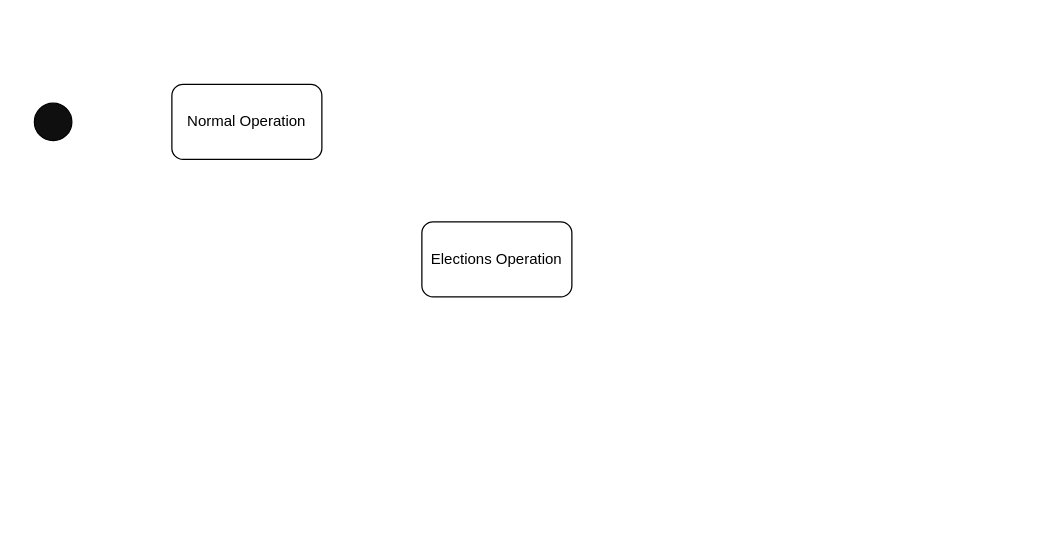
The draw.io diagram page "state_machine_diagram" (2 of 2) of docs/bully_election_diagrams.drawio in mathiesschou/distributed-systems_project_1, before the edit. Source tidied: cells renumbered, new cells numbered last; positions are measured from the earlier drawing's top-left corner, leaving out a move shared by most shapes. Both pictures are drawn from the tidied source at 125%, with x=0, y=0 at pixel (34, 84).
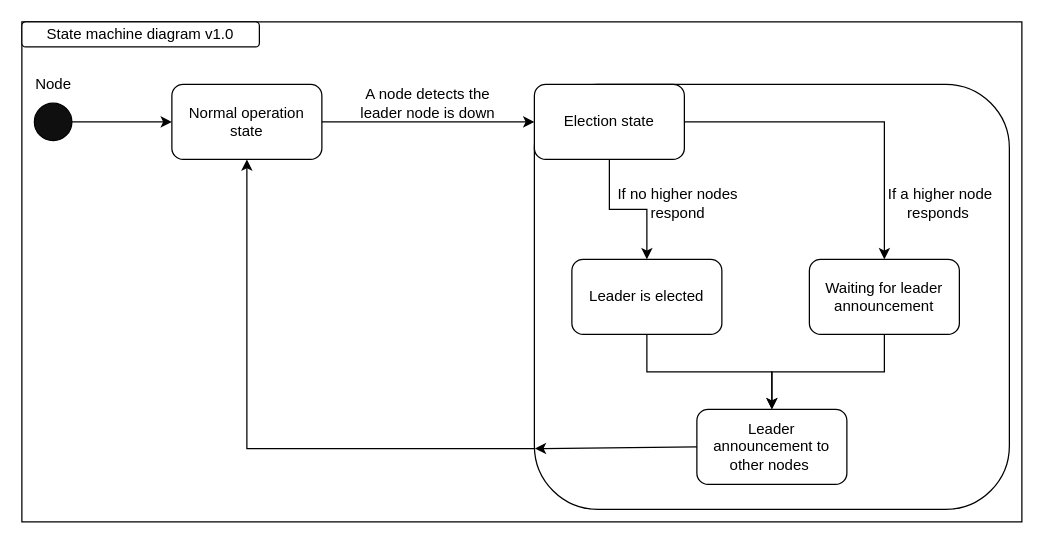
The same page after the edit.

Commit message:
Update bully_election_diagrams.drawio: State machine v1.0

Unchanged cells that the change refers to:
```xml
<mxCell id="2" style="ellipse;whiteSpace=wrap;html=1;fillColor=#0F0F0F;" parent="1" vertex="1">
  <mxGeometry y="15" width="30" height="30" as="geometry" />
</mxCell>
```

Diff of the diagram source:
```diff
@@
+    <mxCell id="5" style="rounded=0;whiteSpace=wrap;html=1;" parent="1" vertex="1">
+      <mxGeometry x="-10" y="-50" width="800" height="400" as="geometry" />
+    </mxCell>
+    <mxCell id="6" style="rounded=1;whiteSpace=wrap;html=1;" parent="1" vertex="1">
+      <mxGeometry x="400" width="380" height="340" as="geometry" />
+    </mxCell>
@@
-    <mxCell id="3" value="Normal Operation" style="rounded=1;whiteSpace=wrap;html=1;" parent="1" vertex="1">
+    <mxCell id="3" value="Normal operation state" style="rounded=1;whiteSpace=wrap;html=1;" parent="1" vertex="1">
       <mxGeometry x="110" width="120" height="60" as="geometry" />
     </mxCell>
-    <mxCell id="4" value="Elections Operation" style="rounded=1;whiteSpace=wrap;html=1;" parent="1" vertex="1">
-      <mxGeometry x="310" y="110" width="120" height="60" as="geometry" />
+    <mxCell id="4" value="Election state" style="rounded=1;whiteSpace=wrap;html=1;" parent="1" vertex="1">
+      <mxGeometry x="400" width="120" height="60" as="geometry" />
     </mxCell>
+    <mxCell id="7" style="endArrow=classic;html=1;rounded=0;exitX=1;exitY=0.5;exitDx=0;exitDy=0;entryX=0;entryY=0.5;entryDx=0;entryDy=0;edgeStyle=orthogonalEdgeStyle;" parent="1" edge="1" source="3" target="4">
+      <mxGeometry relative="1" as="geometry" />
+    </mxCell>
+    <mxCell id="8" value="A node detects the leader node is down" style="text;html=1;align=center;verticalAlign=middle;whiteSpace=wrap;rounded=0;" parent="1" vertex="1">
+      <mxGeometry x="260" width="110" height="30" as="geometry" />
+    </mxCell>
+    <mxCell id="9" style="endArrow=classic;html=1;rounded=0;exitX=1;exitY=0.5;exitDx=0;exitDy=0;entryX=0;entryY=0.5;entryDx=0;entryDy=0;" parent="1" edge="1" source="2" target="3">
+      <mxGeometry relative="1" as="geometry" />
+    </mxCell>
+    <mxCell id="10" value="Leader is elected" style="rounded=1;whiteSpace=wrap;html=1;" parent="1" vertex="1">
+      <mxGeometry x="430" y="140" width="120" height="60" as="geometry" />
+    </mxCell>
+    <mxCell id="11" value="Waiting for leader announcement" style="rounded=1;whiteSpace=wrap;html=1;" parent="1" vertex="1">
+      <mxGeometry x="620" y="140" width="120" height="60" as="geometry" />
+    </mxCell>
+    <mxCell id="12" value="Node" style="text;html=1;align=center;verticalAlign=middle;strokeColor=none;fillColor=none;" parent="1" vertex="1">
+      <mxGeometry x="-10" y="-15" width="50" height="30" as="geometry" />
+    </mxCell>
+    <mxCell id="13" style="endArrow=classic;html=1;rounded=0;exitX=0.5;exitY=1;exitDx=0;exitDy=0;entryX=0.5;entryY=0;entryDx=0;entryDy=0;edgeStyle=orthogonalEdgeStyle;" parent="1" edge="1" source="4" target="10">
+      <mxGeometry relative="1" as="geometry" />
+    </mxCell>
+    <mxCell id="14" value="If no higher nodes respond" style="text;html=1;align=center;verticalAlign=middle;whiteSpace=wrap;rounded=0;" parent="1" vertex="1">
+      <mxGeometry x="460" y="80" width="110" height="30" as="geometry" />
+    </mxCell>
+    <mxCell id="15" style="endArrow=classic;html=1;rounded=0;exitX=1;exitY=0.5;exitDx=0;exitDy=0;entryX=0.5;entryY=0;entryDx=0;entryDy=0;edgeStyle=orthogonalEdgeStyle;" parent="1" edge="1" source="4" target="11">
+      <mxGeometry relative="1" as="geometry" />
+    </mxCell>
+    <mxCell id="16" value="If a higher node responds&amp;nbsp;" style="text;html=1;align=center;verticalAlign=middle;whiteSpace=wrap;rounded=0;" parent="1" vertex="1">
+      <mxGeometry x="680" y="80" width="90" height="30" as="geometry" />
+    </mxCell>
+    <mxCell id="17" value="Leader announcement to other nodes&amp;nbsp;" style="rounded=1;whiteSpace=wrap;html=1;" parent="1" vertex="1">
+      <mxGeometry x="530" y="260" width="120" height="60" as="geometry" />
+    </mxCell>
+    <mxCell id="18" style="endArrow=classic;html=1;rounded=0;entryX=0.5;entryY=0;entryDx=0;entryDy=0;exitX=0.5;exitY=1;exitDx=0;exitDy=0;edgeStyle=orthogonalEdgeStyle;" parent="1" edge="1" source="10" target="17">
+      <mxGeometry relative="1" as="geometry" />
+    </mxCell>
+    <mxCell id="19" style="endArrow=classic;html=1;rounded=0;entryX=0.5;entryY=0;entryDx=0;entryDy=0;exitX=0.5;exitY=1;exitDx=0;exitDy=0;edgeStyle=orthogonalEdgeStyle;" parent="1" edge="1" source="11" target="17">
+      <mxGeometry relative="1" as="geometry" />
+    </mxCell>
+    <mxCell id="20" style="endArrow=classic;html=1;rounded=0;entryX=0.5;entryY=1;entryDx=0;entryDy=0;exitX=0.001;exitY=0.857;exitDx=0;exitDy=0;exitPerimeter=0;edgeStyle=orthogonalEdgeStyle;" parent="1" edge="1" source="6" target="3">
+      <mxGeometry relative="1" as="geometry" />
+    </mxCell>
+    <mxCell id="21" style="endArrow=classic;html=1;rounded=0;entryX=0.001;entryY=0.857;entryDx=0;entryDy=0;entryPerimeter=0;exitX=0;exitY=0.5;exitDx=0;exitDy=0;" parent="1" edge="1" source="17" target="6">
+      <mxGeometry relative="1" as="geometry" />
+    </mxCell>
+    <mxCell id="22" value="State machine diagram v1.0" style="rounded=1;whiteSpace=wrap;html=1;" parent="1" vertex="1">
+      <mxGeometry x="-10" y="-50" width="190" height="20" as="geometry" />
+    </mxCell>
```
